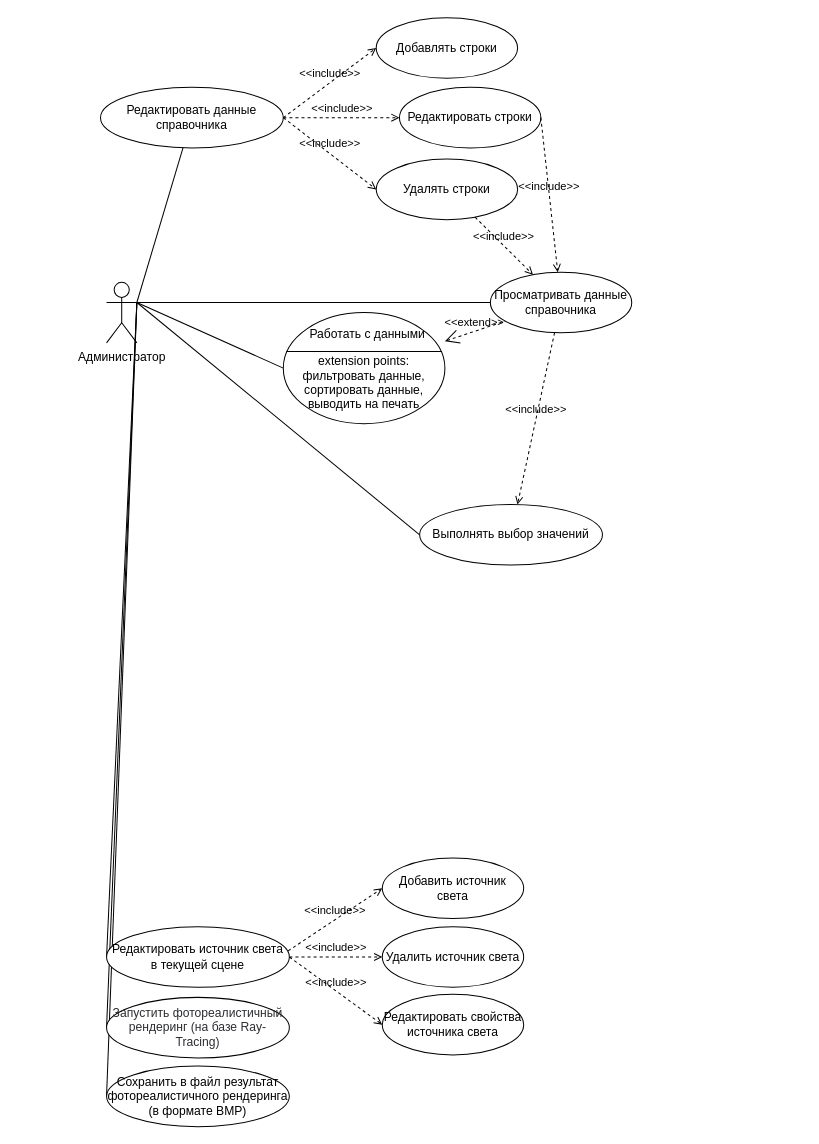
The draw.io diagram module_3/UCD.drawio in SheinEA/gb_architect, before the edit. Source tidied: cells renumbered, new cells numbered last; positions are measured from the earlier drawing's top-left corner, leaving out a move shared by most shapes. Both pictures are drawn from the tidied source at 101%, with x=0, y=0 at pixel (100, 17).
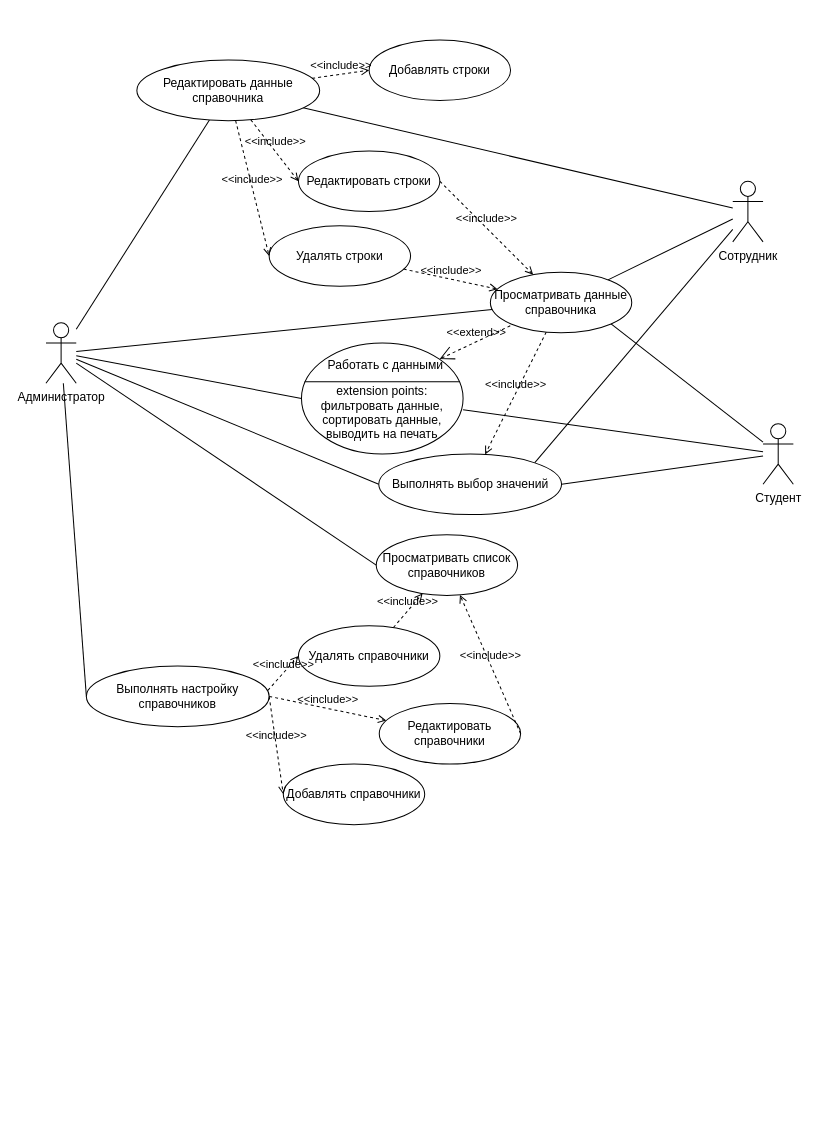
After the change.

The change refers to these unchanged cells:
```xml
<mxCell id="10" value="Просматривать данные справочника" style="ellipse;whiteSpace=wrap;html=1;" parent="1" vertex="1">
  <mxGeometry x="386" y="252" width="140" height="60" as="geometry" />
</mxCell>
```

Diff of the diagram source:
```diff
@@
-    <mxCell id="2" style="edgeStyle=none;rounded=0;jettySize=auto;html=1;exitX=1;exitY=0.3333333333333333;exitDx=0;exitDy=0;exitPerimeter=0;endArrow=none;endFill=0;" parent="1" edge="1" source="9" target="11">
+    <mxCell id="2" style="edgeStyle=none;rounded=0;jettySize=auto;html=1;endArrow=none;endFill=0;" parent="1" edge="1" source="9" target="11">
       <mxGeometry relative="1" as="geometry" />
     </mxCell>
-    <mxCell id="3" style="edgeStyle=none;rounded=0;jettySize=auto;html=1;exitX=1;exitY=0.3333333333333333;exitDx=0;exitDy=0;exitPerimeter=0;endArrow=none;endFill=0;" parent="1" edge="1" source="9" target="10">
+    <mxCell id="3" style="edgeStyle=none;rounded=0;jettySize=auto;html=1;endArrow=none;endFill=0;" parent="1" edge="1" source="9" target="10">
       <mxGeometry relative="1" as="geometry" />
     </mxCell>
-    <mxCell id="4" style="edgeStyle=none;rounded=0;jettySize=auto;html=1;exitX=1;exitY=0.3333333333333333;exitDx=0;exitDy=0;exitPerimeter=0;entryX=0;entryY=0.5;entryDx=0;entryDy=0;endArrow=none;endFill=0;" parent="1" edge="1" source="9" target="14">
+    <mxCell id="4" style="edgeStyle=none;rounded=0;jettySize=auto;html=1;entryX=0;entryY=0.5;entryDx=0;entryDy=0;endArrow=none;endFill=0;" parent="1" edge="1" source="9" target="14">
       <mxGeometry relative="1" as="geometry" />
     </mxCell>
-    <mxCell id="5" style="edgeStyle=none;rounded=0;jettySize=auto;html=1;exitX=1;exitY=0.3333333333333333;exitDx=0;exitDy=0;exitPerimeter=0;entryX=0;entryY=0.5;entryDx=0;entryDy=0;endArrow=none;endFill=0;" parent="1" edge="1" source="9" target="15">
-      <mxGeometry relative="1" as="geometry" />
-    </mxCell>
-    <mxCell id="6" style="edgeStyle=none;rounded=0;jettySize=auto;html=1;exitX=1;exitY=0.3333333333333333;exitDx=0;exitDy=0;exitPerimeter=0;entryX=0;entryY=0.5;entryDx=0;entryDy=0;endArrow=none;endFill=0;" parent="1" edge="1" source="9" target="13">
-      <mxGeometry relative="1" as="geometry" />
-    </mxCell>
-    <mxCell id="7" style="edgeStyle=none;rounded=0;jettySize=auto;html=1;exitX=1;exitY=0.3333333333333333;exitDx=0;exitDy=0;exitPerimeter=0;entryX=0;entryY=0.5;entryDx=0;entryDy=0;endArrow=none;endFill=0;" parent="1" edge="1" source="9" target="12">
+    <mxCell id="7" style="edgeStyle=none;rounded=0;jettySize=auto;html=1;entryX=0;entryY=0.5;entryDx=0;entryDy=0;endArrow=none;endFill=0;" parent="1" edge="1" source="9" target="12">
       <mxGeometry relative="1" as="geometry" />
     </mxCell>
-    <mxCell id="8" style="edgeStyle=none;rounded=0;jettySize=auto;html=1;exitX=1;exitY=0.3333333333333333;exitDx=0;exitDy=0;exitPerimeter=0;entryX=0;entryY=0.5;entryDx=0;entryDy=0;entryPerimeter=0;endArrow=none;endFill=0;" parent="1" edge="1" source="9" target="30">
+    <mxCell id="8" style="edgeStyle=none;rounded=0;jettySize=auto;html=1;entryX=0;entryY=0.5;entryDx=0;entryDy=0;entryPerimeter=0;endArrow=none;endFill=0;" parent="1" edge="1" source="9" target="30">
       <mxGeometry relative="1" as="geometry" />
     </mxCell>
     <mxCell id="9" value="Администратор" style="shape=umlActor;verticalLabelPosition=bottom;verticalAlign=top;html=1;" parent="1" vertex="1">
-      <mxGeometry x="6" y="262" width="30" height="60" as="geometry" />
+      <mxGeometry x="-54" y="302" width="30" height="60" as="geometry" />
     </mxCell>
+    <mxCell id="34" style="edgeStyle=none;rounded=0;jettySize=auto;html=1;endArrow=none;endFill=0;" parent="1" edge="1" source="10" target="42">
+      <mxGeometry relative="1" as="geometry" />
+    </mxCell>
@@
+    <mxCell id="35" style="edgeStyle=none;rounded=0;jettySize=auto;html=1;endArrow=none;endFill=0;" parent="1" edge="1" source="11" target="42">
+      <mxGeometry relative="1" as="geometry" />
+    </mxCell>
     <mxCell id="11" value="Редактировать данные справочника" style="ellipse;whiteSpace=wrap;html=1;" parent="1" vertex="1">
-      <mxGeometry y="69" width="181" height="60" as="geometry" />
+      <mxGeometry x="36" y="42" width="181" height="60" as="geometry" />
     </mxCell>
+    <mxCell id="36" style="edgeStyle=none;rounded=0;jettySize=auto;html=1;endArrow=none;endFill=0;exitX=1;exitY=0;exitDx=0;exitDy=0;" parent="1" edge="1" source="12" target="42">
+      <mxGeometry relative="1" as="geometry" />
+    </mxCell>
     <mxCell id="12" value="Выполнять выбор значений" style="ellipse;whiteSpace=wrap;html=1;" parent="1" vertex="1">
-      <mxGeometry x="316" y="482" width="181" height="60" as="geometry" />
+      <mxGeometry x="275.5" y="432" width="181" height="60" as="geometry" />
     </mxCell>
-    <mxCell id="13" value="Сохранить в файл результат фотореалистичного рендеринга (в формате BMP)" style="ellipse;whiteSpace=wrap;html=1;" parent="1" vertex="1">
-      <mxGeometry x="6" y="1038" width="181" height="60" as="geometry" />
-    </mxCell>
-    <mxCell id="14" value="Редактировать источник света в текущей сцене" style="ellipse;whiteSpace=wrap;html=1;" parent="1" vertex="1">
-      <mxGeometry x="6" y="900" width="181" height="60" as="geometry" />
+    <mxCell id="14" value="Выполнять настройку справочников" style="ellipse;whiteSpace=wrap;html=1;" parent="1" vertex="1">
+      <mxGeometry x="-14" y="642" width="181" height="60" as="geometry" />
     </mxCell>
-    <mxCell id="15" value="&lt;span id=&quot;docs-internal-guid-07935baf-7fff-c7c5-6f66-7052401fd73c&quot;&gt;&lt;span style=&quot;font-family: &amp;#34;arial&amp;#34; ; color: rgb(44 , 45 , 48) ; background-color: transparent ; vertical-align: baseline&quot;&gt;&lt;font style=&quot;font-size: 12px&quot;&gt;Запустить фотореалистичный рендеринг (на базе Ray-Tracing)&lt;/font&gt;&lt;/span&gt;&lt;/span&gt;" style="ellipse;whiteSpace=wrap;html=1;" parent="1" vertex="1">
-      <mxGeometry x="6" y="970" width="181" height="60" as="geometry" />
-    </mxCell>
-    <mxCell id="16" value="Добавить источник света" style="ellipse;whiteSpace=wrap;html=1;" parent="1" vertex="1">
-      <mxGeometry x="279" y="832" width="140" height="60" as="geometry" />
+    <mxCell id="16" value="Удалять справочники" style="ellipse;whiteSpace=wrap;html=1;" parent="1" vertex="1">
+      <mxGeometry x="196" y="602" width="140" height="60" as="geometry" />
     </mxCell>
-    <mxCell id="17" value="Удалить источник света" style="ellipse;whiteSpace=wrap;html=1;" parent="1" vertex="1">
-      <mxGeometry x="279" y="900" width="140" height="60" as="geometry" />
+    <mxCell id="17" value="Редактировать справочники" style="ellipse;whiteSpace=wrap;html=1;" parent="1" vertex="1">
+      <mxGeometry x="276" y="679" width="140" height="60" as="geometry" />
     </mxCell>
-    <mxCell id="18" value="Редактировать свойства источника света" style="ellipse;whiteSpace=wrap;html=1;" parent="1" vertex="1">
-      <mxGeometry x="279" y="967" width="140" height="60" as="geometry" />
+    <mxCell id="18" value="Добавлять справочники" style="ellipse;whiteSpace=wrap;html=1;" parent="1" vertex="1">
+      <mxGeometry x="181" y="739" width="140" height="60" as="geometry" />
     </mxCell>
@@
     <mxCell id="22" value="Добавлять строки" style="ellipse;whiteSpace=wrap;html=1;" parent="1" vertex="1">
-      <mxGeometry x="273" width="140" height="60" as="geometry" />
+      <mxGeometry x="266" y="22" width="140" height="60" as="geometry" />
     </mxCell>
     <mxCell id="23" value="Редактировать строки" style="ellipse;whiteSpace=wrap;html=1;" parent="1" vertex="1">
-      <mxGeometry x="296" y="69" width="140" height="60" as="geometry" />
+      <mxGeometry x="196" y="132" width="140" height="60" as="geometry" />
     </mxCell>
     <mxCell id="24" value="Удалять строки" style="ellipse;whiteSpace=wrap;html=1;" parent="1" vertex="1">
-      <mxGeometry x="273" y="140" width="140" height="60" as="geometry" />
+      <mxGeometry x="167" y="206" width="140" height="60" as="geometry" />
     </mxCell>
-    <mxCell id="25" value="&amp;lt;&amp;lt;include&amp;gt;&amp;gt;" style="edgeStyle=none;html=1;endArrow=open;verticalAlign=bottom;dashed=1;labelBackgroundColor=none;exitX=1;exitY=0.5;exitDx=0;exitDy=0;entryX=0;entryY=0.5;entryDx=0;entryDy=0;" parent="1" edge="1" source="11" target="22">
+    <mxCell id="25" value="&amp;lt;&amp;lt;include&amp;gt;&amp;gt;" style="edgeStyle=none;html=1;endArrow=open;verticalAlign=bottom;dashed=1;labelBackgroundColor=none;entryX=0;entryY=0.5;entryDx=0;entryDy=0;" parent="1" edge="1" source="11" target="22">
       <mxGeometry relative="1" as="geometry" />
     </mxCell>
-    <mxCell id="26" value="&amp;lt;&amp;lt;include&amp;gt;&amp;gt;" style="edgeStyle=none;html=1;endArrow=open;verticalAlign=bottom;dashed=1;labelBackgroundColor=none;exitX=1;exitY=0.5;exitDx=0;exitDy=0;entryX=0;entryY=0.5;entryDx=0;entryDy=0;" parent="1" edge="1" source="11" target="23">
+    <mxCell id="26" value="&amp;lt;&amp;lt;include&amp;gt;&amp;gt;" style="edgeStyle=none;html=1;endArrow=open;verticalAlign=bottom;dashed=1;labelBackgroundColor=none;entryX=0;entryY=0.5;entryDx=0;entryDy=0;" parent="1" edge="1" source="11" target="23">
       <mxGeometry relative="1" as="geometry" />
     </mxCell>
-    <mxCell id="27" value="&amp;lt;&amp;lt;include&amp;gt;&amp;gt;" style="edgeStyle=none;html=1;endArrow=open;verticalAlign=bottom;dashed=1;labelBackgroundColor=none;exitX=1;exitY=0.5;exitDx=0;exitDy=0;entryX=0;entryY=0.5;entryDx=0;entryDy=0;" parent="1" edge="1" source="11" target="24">
+    <mxCell id="27" value="&amp;lt;&amp;lt;include&amp;gt;&amp;gt;" style="edgeStyle=none;html=1;endArrow=open;verticalAlign=bottom;dashed=1;labelBackgroundColor=none;entryX=0;entryY=0.5;entryDx=0;entryDy=0;" parent="1" edge="1" source="11" target="24">
       <mxGeometry relative="1" as="geometry" />
     </mxCell>
@@
+    <mxCell id="37" style="edgeStyle=none;rounded=0;jettySize=auto;html=1;endArrow=none;endFill=0;" parent="1" edge="1" source="30" target="45">
+      <mxGeometry relative="1" as="geometry" />
+    </mxCell>
     <mxCell id="30" value="&lt;br&gt;&lt;br&gt;extension points:&lt;br&gt;фильтровать данные, сортировать данные,&lt;br&gt;выводить на печать" style="html=1;shape=mxgraph.sysml.useCaseExtPt;whiteSpace=wrap;align=center;" parent="1" vertex="1">
-      <mxGeometry x="181" y="292" width="160" height="110" as="geometry" />
+      <mxGeometry x="199" y="322" width="160" height="110" as="geometry" />
     </mxCell>
@@
-    <mxCell id="32" value="&amp;lt;&amp;lt;extend&amp;gt;&amp;gt;" style="edgeStyle=none;html=1;startArrow=open;endArrow=none;startSize=12;verticalAlign=bottom;dashed=1;labelBackgroundColor=none;" parent="1" edge="1" source="30" target="10">
+    <mxCell id="32" value="&amp;lt;&amp;lt;extend&amp;gt;&amp;gt;" style="edgeStyle=none;html=1;startArrow=open;endArrow=none;startSize=12;verticalAlign=bottom;dashed=1;labelBackgroundColor=none;exitX=0.855;exitY=0.145;exitDx=0;exitDy=0;exitPerimeter=0;" parent="1" edge="1" source="30" target="10">
       <mxGeometry relative="1" as="geometry" />
     </mxCell>
@@
+    <mxCell id="38" value="Просматривать список справочников" style="ellipse;whiteSpace=wrap;html=1;" parent="1" vertex="1">
+      <mxGeometry x="273" y="512" width="140" height="60" as="geometry" />
+    </mxCell>
+    <mxCell id="39" style="edgeStyle=none;rounded=0;jettySize=auto;html=1;endArrow=none;endFill=0;entryX=0;entryY=0.5;entryDx=0;entryDy=0;" parent="1" edge="1" source="9" target="38">
+      <mxGeometry relative="1" as="geometry" />
+    </mxCell>
+    <mxCell id="40" value="&amp;lt;&amp;lt;include&amp;gt;&amp;gt;" style="edgeStyle=none;html=1;endArrow=open;verticalAlign=bottom;dashed=1;labelBackgroundColor=none;" parent="1" edge="1" source="16" target="38">
+      <mxGeometry relative="1" as="geometry" />
+    </mxCell>
+    <mxCell id="41" value="&amp;lt;&amp;lt;include&amp;gt;&amp;gt;" style="edgeStyle=none;html=1;endArrow=open;verticalAlign=bottom;dashed=1;labelBackgroundColor=none;exitX=1;exitY=0.5;exitDx=0;exitDy=0;" parent="1" edge="1" source="17" target="38">
+      <mxGeometry relative="1" as="geometry" />
+    </mxCell>
+    <mxCell id="42" value="Сотрудник" style="shape=umlActor;verticalLabelPosition=bottom;verticalAlign=top;html=1;" parent="1" vertex="1">
+      <mxGeometry x="626" y="162" width="30" height="60" as="geometry" />
+    </mxCell>
+    <mxCell id="43" style="edgeStyle=none;rounded=0;jettySize=auto;html=1;endArrow=none;endFill=0;entryX=1;entryY=1;entryDx=0;entryDy=0;" parent="1" edge="1" source="45" target="10">
+      <mxGeometry relative="1" as="geometry" />
+    </mxCell>
+    <mxCell id="44" style="edgeStyle=none;rounded=0;jettySize=auto;html=1;endArrow=none;endFill=0;entryX=1;entryY=0.5;entryDx=0;entryDy=0;" parent="1" edge="1" source="45" target="12">
+      <mxGeometry relative="1" as="geometry" />
+    </mxCell>
+    <mxCell id="45" value="Студент" style="shape=umlActor;verticalLabelPosition=bottom;verticalAlign=top;html=1;" parent="1" vertex="1">
+      <mxGeometry x="656" y="402" width="30" height="60" as="geometry" />
+    </mxCell>
```
